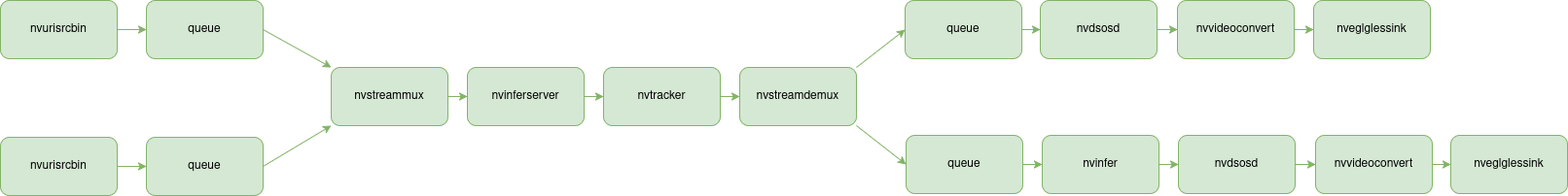
JarnoRalli/gstreamer-examples keeps this draw.io diagram as deepstream-examples/deepstream-hybrid/figures/hybrid_pipeline.png. Above is the earlier version. Source tidied: cells renumbered, new cells last; positions are measured from the earlier drawing's top-left corner, leaving out a move shared by most shapes. Its diagram source:
```xml
<mxGraphModel>
  <root>
    <mxCell id="0" />
    <mxCell id="1" parent="0" />
    <mxCell id="2" value="nvurisrcbin" style="rounded=1;whiteSpace=wrap;html=1;fillColor=#d5e8d4;strokeColor=#82b366;" parent="1" vertex="1">
      <mxGeometry width="120" height="60" as="geometry" />
    </mxCell>
    <mxCell id="3" value="queue" style="rounded=1;whiteSpace=wrap;html=1;fillColor=#d5e8d4;strokeColor=#82b366;" parent="1" vertex="1">
      <mxGeometry x="150" width="120" height="60" as="geometry" />
    </mxCell>
    <mxCell id="4" style="endArrow=classic;html=1;rounded=0;exitX=1;exitY=0.5;exitDx=0;exitDy=0;entryX=0;entryY=0.5;entryDx=0;entryDy=0;fillColor=#d5e8d4;strokeColor=#82b366;" parent="1" edge="1" source="2" target="3">
      <mxGeometry relative="1" as="geometry" />
    </mxCell>
    <mxCell id="5" value="nvurisrcbin" style="rounded=1;whiteSpace=wrap;html=1;fillColor=#d5e8d4;strokeColor=#82b366;" parent="1" vertex="1">
      <mxGeometry y="141" width="120" height="60" as="geometry" />
    </mxCell>
    <mxCell id="6" value="queue" style="rounded=1;whiteSpace=wrap;html=1;fillColor=#d5e8d4;strokeColor=#82b366;" parent="1" vertex="1">
      <mxGeometry x="150" y="141" width="120" height="60" as="geometry" />
    </mxCell>
    <mxCell id="7" style="endArrow=classic;html=1;rounded=0;exitX=1;exitY=0.5;exitDx=0;exitDy=0;entryX=0;entryY=0.5;entryDx=0;entryDy=0;fillColor=#d5e8d4;strokeColor=#82b366;" parent="1" edge="1" source="5" target="6">
      <mxGeometry relative="1" as="geometry" />
    </mxCell>
    <mxCell id="8" value="nvstreammux" style="rounded=1;whiteSpace=wrap;html=1;fillColor=#d5e8d4;strokeColor=#82b366;" parent="1" vertex="1">
      <mxGeometry x="340" y="69" width="120" height="60" as="geometry" />
    </mxCell>
    <mxCell id="9" style="endArrow=classic;html=1;rounded=0;exitX=1;exitY=0.5;exitDx=0;exitDy=0;entryX=0;entryY=0;entryDx=0;entryDy=0;fillColor=#d5e8d4;strokeColor=#82b366;" parent="1" edge="1" source="3" target="8">
      <mxGeometry relative="1" as="geometry" />
    </mxCell>
    <mxCell id="10" style="endArrow=classic;html=1;rounded=0;exitX=1;exitY=0.5;exitDx=0;exitDy=0;fillColor=#d5e8d4;strokeColor=#82b366;entryX=0;entryY=1;entryDx=0;entryDy=0;" parent="1" edge="1" source="6" target="8">
      <mxGeometry relative="1" as="geometry" />
    </mxCell>
    <mxCell id="11" value="nvinferserver" style="rounded=1;whiteSpace=wrap;html=1;fillColor=#d5e8d4;strokeColor=#82b366;" parent="1" vertex="1">
      <mxGeometry x="480" y="69" width="120" height="60" as="geometry" />
    </mxCell>
    <mxCell id="12" value="nvtracker" style="rounded=1;whiteSpace=wrap;html=1;fillColor=#d5e8d4;strokeColor=#82b366;" parent="1" vertex="1">
      <mxGeometry x="620" y="69" width="120" height="60" as="geometry" />
    </mxCell>
    <mxCell id="13" value="nvstreamdemux" style="rounded=1;whiteSpace=wrap;html=1;fillColor=#d5e8d4;strokeColor=#82b366;" parent="1" vertex="1">
      <mxGeometry x="760" y="69" width="120" height="60" as="geometry" />
    </mxCell>
    <mxCell id="14" style="endArrow=classic;html=1;rounded=0;exitX=1;exitY=0.5;exitDx=0;exitDy=0;entryX=0;entryY=0.5;entryDx=0;entryDy=0;fillColor=#d5e8d4;strokeColor=#82b366;" parent="1" edge="1" source="8" target="11">
      <mxGeometry relative="1" as="geometry" />
    </mxCell>
    <mxCell id="15" style="endArrow=classic;html=1;rounded=0;exitX=1;exitY=0.5;exitDx=0;exitDy=0;entryX=0;entryY=0.5;entryDx=0;entryDy=0;fillColor=#d5e8d4;strokeColor=#82b366;" parent="1" edge="1" source="11" target="12">
      <mxGeometry relative="1" as="geometry" />
    </mxCell>
    <mxCell id="16" style="endArrow=classic;html=1;rounded=0;exitX=1;exitY=0.5;exitDx=0;exitDy=0;entryX=0;entryY=0.5;entryDx=0;entryDy=0;fillColor=#d5e8d4;strokeColor=#82b366;" parent="1" edge="1" source="12" target="13">
      <mxGeometry relative="1" as="geometry" />
    </mxCell>
    <mxCell id="17" value="queue" style="rounded=1;whiteSpace=wrap;html=1;fillColor=#d5e8d4;strokeColor=#82b366;" parent="1" vertex="1">
      <mxGeometry x="930" width="120" height="60" as="geometry" />
    </mxCell>
    <mxCell id="18" value="nvdsosd" style="rounded=1;whiteSpace=wrap;html=1;fillColor=#d5e8d4;strokeColor=#82b366;" parent="1" vertex="1">
      <mxGeometry x="1069" width="120" height="60" as="geometry" />
    </mxCell>
    <mxCell id="19" value="nvvideoconvert" style="rounded=1;whiteSpace=wrap;html=1;fillColor=#d5e8d4;strokeColor=#82b366;" parent="1" vertex="1">
      <mxGeometry x="1210" width="120" height="60" as="geometry" />
    </mxCell>
    <mxCell id="20" value="nveglglessink" style="rounded=1;whiteSpace=wrap;html=1;fillColor=#d5e8d4;strokeColor=#82b366;" parent="1" vertex="1">
      <mxGeometry x="1350" width="120" height="60" as="geometry" />
    </mxCell>
    <mxCell id="21" value="queue" style="rounded=1;whiteSpace=wrap;html=1;fillColor=#d5e8d4;strokeColor=#82b366;" parent="1" vertex="1">
      <mxGeometry x="931" y="139" width="120" height="60" as="geometry" />
    </mxCell>
    <mxCell id="22" value="nvdsosd" style="rounded=1;whiteSpace=wrap;html=1;fillColor=#d5e8d4;strokeColor=#82b366;" parent="1" vertex="1">
      <mxGeometry x="1211" y="139" width="120" height="60" as="geometry" />
    </mxCell>
    <mxCell id="23" value="nvvideoconvert" style="rounded=1;whiteSpace=wrap;html=1;fillColor=#d5e8d4;strokeColor=#82b366;" parent="1" vertex="1">
      <mxGeometry x="1352" y="139" width="120" height="60" as="geometry" />
    </mxCell>
    <mxCell id="24" value="nveglglessink" style="rounded=1;whiteSpace=wrap;html=1;fillColor=#d5e8d4;strokeColor=#82b366;" parent="1" vertex="1">
      <mxGeometry x="1491" y="139" width="120" height="60" as="geometry" />
    </mxCell>
    <mxCell id="25" value="nvinfer" style="rounded=1;whiteSpace=wrap;html=1;fillColor=#d5e8d4;strokeColor=#82b366;" parent="1" vertex="1">
      <mxGeometry x="1071" y="139" width="120" height="60" as="geometry" />
    </mxCell>
    <mxCell id="26" style="endArrow=classic;html=1;rounded=0;exitX=1;exitY=0;exitDx=0;exitDy=0;entryX=0;entryY=0.5;entryDx=0;entryDy=0;strokeColor=#82B366;" parent="1" edge="1" source="13" target="17">
      <mxGeometry relative="1" as="geometry" />
    </mxCell>
    <mxCell id="27" style="endArrow=classic;html=1;rounded=0;exitX=1;exitY=0.5;exitDx=0;exitDy=0;entryX=0;entryY=0.5;entryDx=0;entryDy=0;strokeColor=#82B366;" parent="1" edge="1" source="17" target="18">
      <mxGeometry relative="1" as="geometry" />
    </mxCell>
    <mxCell id="28" style="endArrow=classic;html=1;rounded=0;exitX=1;exitY=0.5;exitDx=0;exitDy=0;entryX=0;entryY=0.5;entryDx=0;entryDy=0;strokeColor=#82B366;" parent="1" edge="1" source="18" target="19">
      <mxGeometry relative="1" as="geometry" />
    </mxCell>
    <mxCell id="29" style="endArrow=classic;html=1;rounded=0;exitX=1;exitY=0.5;exitDx=0;exitDy=0;entryX=0;entryY=0.5;entryDx=0;entryDy=0;strokeColor=#82B366;" parent="1" edge="1" source="19" target="20">
      <mxGeometry relative="1" as="geometry" />
    </mxCell>
    <mxCell id="30" style="endArrow=classic;html=1;rounded=0;exitX=1;exitY=0.5;exitDx=0;exitDy=0;entryX=0;entryY=0.5;entryDx=0;entryDy=0;strokeColor=#82B366;" parent="1" edge="1" source="21" target="25">
      <mxGeometry relative="1" as="geometry" />
    </mxCell>
    <mxCell id="31" style="endArrow=classic;html=1;rounded=0;exitX=1;exitY=0.5;exitDx=0;exitDy=0;entryX=0;entryY=0.5;entryDx=0;entryDy=0;strokeColor=#82B366;" parent="1" edge="1" source="25" target="22">
      <mxGeometry relative="1" as="geometry" />
    </mxCell>
    <mxCell id="32" style="endArrow=classic;html=1;rounded=0;exitX=1;exitY=0.5;exitDx=0;exitDy=0;entryX=0;entryY=0.5;entryDx=0;entryDy=0;strokeColor=#82B366;" parent="1" edge="1" source="22" target="23">
      <mxGeometry relative="1" as="geometry" />
    </mxCell>
    <mxCell id="33" style="endArrow=classic;html=1;rounded=0;exitX=1;exitY=0.5;exitDx=0;exitDy=0;entryX=0;entryY=0.5;entryDx=0;entryDy=0;strokeColor=#82B366;" parent="1" edge="1" source="23" target="24">
      <mxGeometry relative="1" as="geometry" />
    </mxCell>
    <mxCell id="34" style="endArrow=classic;html=1;rounded=0;exitX=1;exitY=1;exitDx=0;exitDy=0;entryX=0;entryY=0.5;entryDx=0;entryDy=0;strokeColor=#82B366;" parent="1" edge="1" source="13" target="21">
      <mxGeometry relative="1" as="geometry" />
    </mxCell>
  </root>
</mxGraphModel>
```
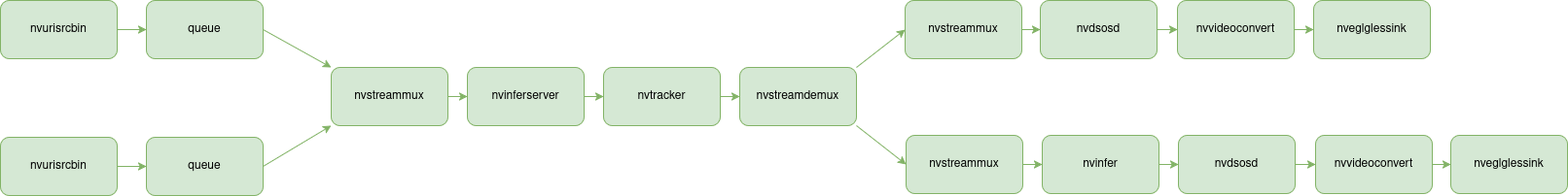
The same file after the commit.

Commit message:
Updated the deepstream hybrid example (#25)

What changed in the source:
```diff
@@ -47,7 +47,7 @@
     <mxCell id="16" style="endArrow=classic;html=1;rounded=0;exitX=1;exitY=0.5;exitDx=0;exitDy=0;entryX=0;entryY=0.5;entryDx=0;entryDy=0;fillColor=#d5e8d4;strokeColor=#82b366;" parent="1" edge="1" source="12" target="13">
       <mxGeometry relative="1" as="geometry" />
     </mxCell>
-    <mxCell id="17" value="queue" style="rounded=1;whiteSpace=wrap;html=1;fillColor=#d5e8d4;strokeColor=#82b366;" parent="1" vertex="1">
+    <mxCell id="17" value="nvstreammux" style="rounded=1;whiteSpace=wrap;html=1;fillColor=#d5e8d4;strokeColor=#82b366;" parent="1" vertex="1">
       <mxGeometry x="930" width="120" height="60" as="geometry" />
     </mxCell>
     <mxCell id="18" value="nvdsosd" style="rounded=1;whiteSpace=wrap;html=1;fillColor=#d5e8d4;strokeColor=#82b366;" parent="1" vertex="1">
@@ -59,7 +59,7 @@
     <mxCell id="20" value="nveglglessink" style="rounded=1;whiteSpace=wrap;html=1;fillColor=#d5e8d4;strokeColor=#82b366;" parent="1" vertex="1">
       <mxGeometry x="1350" width="120" height="60" as="geometry" />
     </mxCell>
-    <mxCell id="21" value="queue" style="rounded=1;whiteSpace=wrap;html=1;fillColor=#d5e8d4;strokeColor=#82b366;" parent="1" vertex="1">
+    <mxCell id="21" value="nvstreammux" style="rounded=1;whiteSpace=wrap;html=1;fillColor=#d5e8d4;strokeColor=#82b366;" parent="1" vertex="1">
       <mxGeometry x="931" y="139" width="120" height="60" as="geometry" />
     </mxCell>
     <mxCell id="22" value="nvdsosd" style="rounded=1;whiteSpace=wrap;html=1;fillColor=#d5e8d4;strokeColor=#82b366;" parent="1" vertex="1">
```
